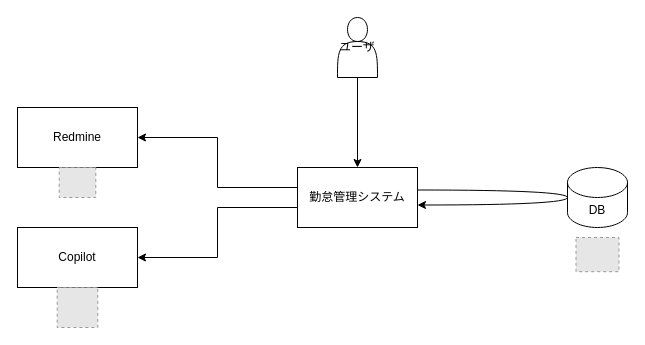
This is docs/architecture/system-architecture.drawio from youkobaske/agentSupport-attendanceSystem, a draw.io file, before an edit. Source tidied: cells renumbered, new cells numbered last; positions are measured from the earlier drawing's top-left corner, leaving out a move shared by most shapes. Both pictures are drawn from the tidied source at 100%, with x=0, y=0 at pixel (17, 17). Pictures stored in the file or linked from it are replaced by grey dashed boxes.
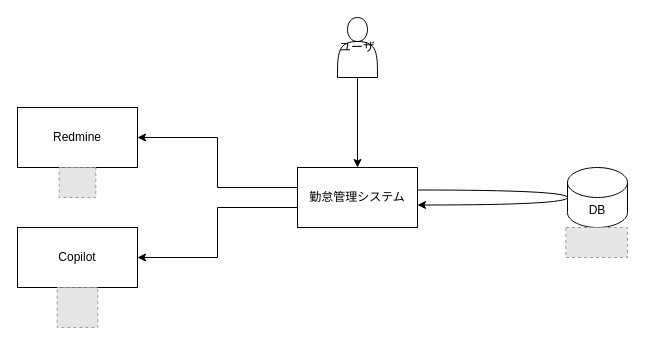
After the change.

The edit, as a diff of the source:
```diff
@@
 <mxGraphModel>
   <root>
     <mxCell id="0" />
     <mxCell id="1" parent="0" />
     <mxCell id="2" style="edgeStyle=orthogonalEdgeStyle;rounded=0;jettySize=auto;html=1;" parent="1" edge="1" source="3" target="8">
       <mxGeometry relative="1" as="geometry" />
     </mxCell>
     <mxCell id="3" value="ユーザ" style="shape=actor;whiteSpace=wrap;html=1;" parent="1" vertex="1">
       <mxGeometry x="320" width="40" height="60" as="geometry" />
     </mxCell>
     <mxCell id="4" value="DB" style="shape=cylinder3;whiteSpace=wrap;html=1;boundedLbl=1;backgroundOutline=1;size=15;" parent="1" vertex="1">
       <mxGeometry x="550" y="150" width="60" height="60" as="geometry" />
     </mxCell>
     <mxCell id="5" style="edgeStyle=orthogonalEdgeStyle;rounded=0;orthogonalLoop=1;jettySize=auto;html=1;curved=1;entryX=1;entryY=0.5;entryDx=0;entryDy=0;" parent="1" edge="1">
       <mxGeometry relative="1" as="geometry">
         <mxPoint x="400" y="172.5" as="sourcePoint" />
         <mxPoint x="400" y="187.5" as="targetPoint" />
         <Array as="points">
           <mxPoint x="550" y="172.5" />
           <mxPoint x="550" y="187.5" />
         </Array>
       </mxGeometry>
     </mxCell>
     <mxCell id="6" style="edgeStyle=orthogonalEdgeStyle;rounded=0;jettySize=auto;html=1;entryX=1;entryY=0.5;entryDx=0;entryDy=0;" parent="1" edge="1" source="8" target="10">
       <mxGeometry relative="1" as="geometry">
         <Array as="points">
           <mxPoint x="200" y="170" />
           <mxPoint x="200" y="120" />
         </Array>
       </mxGeometry>
     </mxCell>
     <mxCell id="7" style="edgeStyle=orthogonalEdgeStyle;rounded=0;jettySize=auto;html=1;entryX=1;entryY=0.5;entryDx=0;entryDy=0;" parent="1" edge="1" source="8" target="9">
       <mxGeometry relative="1" as="geometry">
         <Array as="points">
           <mxPoint x="200" y="190" />
           <mxPoint x="200" y="240" />
         </Array>
       </mxGeometry>
     </mxCell>
     <mxCell id="8" value="勤怠管理システム" style="rounded=0;whiteSpace=wrap;html=1;" parent="1" vertex="1">
       <mxGeometry x="280" y="150" width="120" height="60" as="geometry" />
     </mxCell>
     <mxCell id="9" value="Copilot" style="rounded=0;whiteSpace=wrap;html=1;" parent="1" vertex="1">
       <mxGeometry y="210" width="120" height="60" as="geometry" />
     </mxCell>
     <mxCell id="10" value="Redmine" style="rounded=0;whiteSpace=wrap;html=1;" parent="1" vertex="1">
       <mxGeometry y="90" width="120" height="60" as="geometry" />
     </mxCell>
-    <mxCell id="11" style="fillColor=#E6E6E6;strokeColor=#999999;dashed=1;verticalLabelPosition=bottom;labelBackgroundColor=default;verticalAlign=top;" parent="1" vertex="1">
-      <mxGeometry x="558.5" y="220" width="43" height="34.2" as="geometry" />
-    </mxCell>
     <mxCell id="12" style="fillColor=#E6E6E6;strokeColor=#999999;dashed=1;verticalLabelPosition=bottom;labelBackgroundColor=default;verticalAlign=top;" parent="1" vertex="1">
       <mxGeometry x="41.7" y="150" width="36.6" height="30" as="geometry" />
     </mxCell>
     <mxCell id="13" style="fillColor=#E6E6E6;strokeColor=#999999;dashed=1;verticalLabelPosition=bottom;labelBackgroundColor=default;verticalAlign=top;" parent="1" vertex="1">
       <mxGeometry x="39.7" y="270" width="40.6" height="40" as="geometry" />
     </mxCell>
+    <mxCell id="14" style="fillColor=#E6E6E6;strokeColor=#999999;dashed=1;verticalLabelPosition=bottom;labelBackgroundColor=default;verticalAlign=top;" parent="1" vertex="1">
+      <mxGeometry x="548.3" y="210" width="61.7" height="30" as="geometry" />
+    </mxCell>
   </root>
 </mxGraphModel>
```
